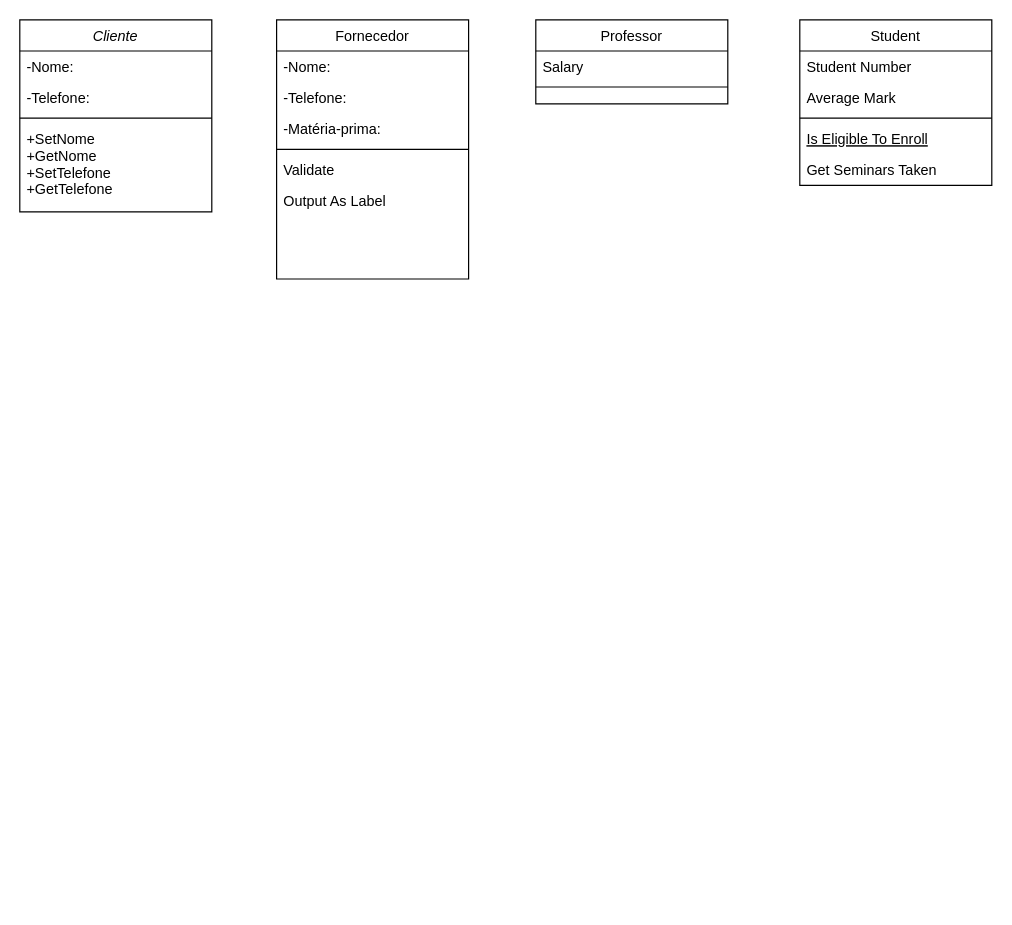
This is classes.drawio from mariavi00/AppEquipe, a draw.io file, before an edit. Source tidied: cells renumbered, new cells numbered last; positions are measured from the earlier drawing's top-left corner, leaving out a move shared by most shapes. Both pictures are drawn from the tidied source at 120%, with x=0, y=0 at pixel (19, 19).
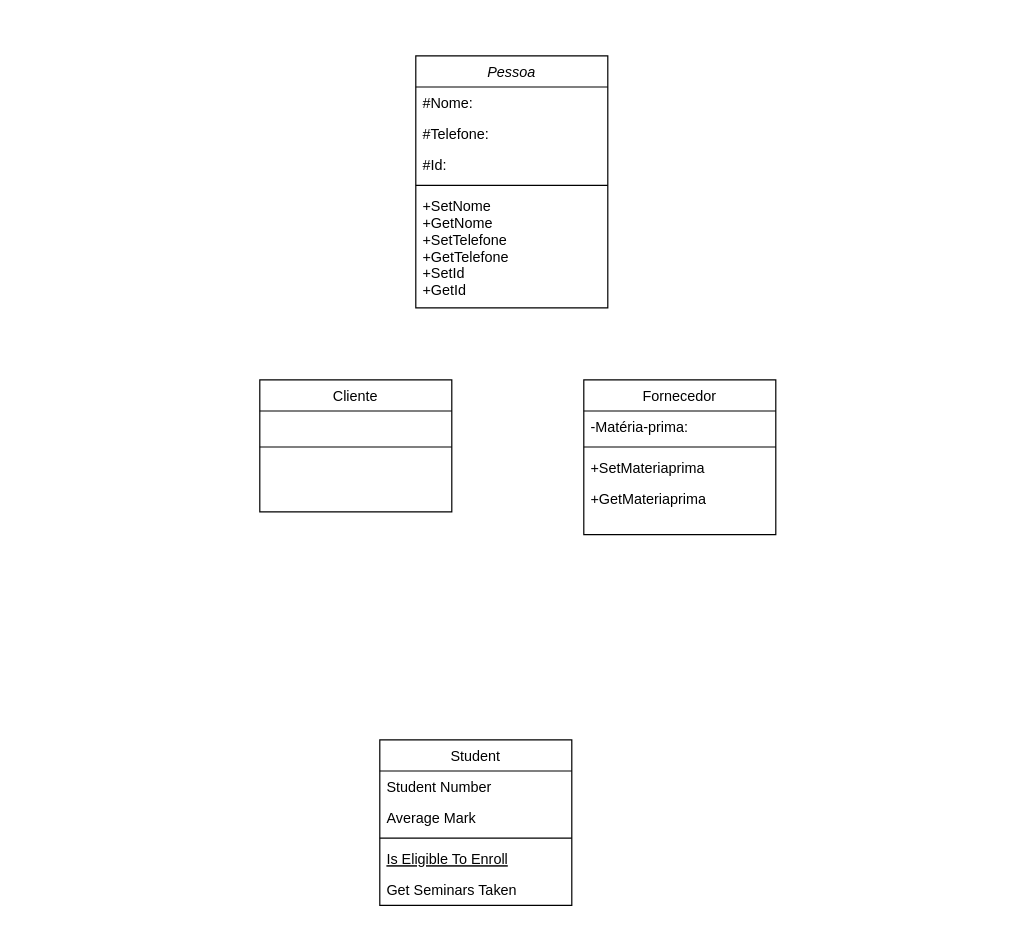
The same diagram, later.

The edit, as a diff of the source:
```diff
@@
-    <mxCell id="2" value="Cliente" style="swimlane;fontStyle=2;align=center;verticalAlign=top;horizontal=1;startSize=26;rounded=0;shadow=0;strokeWidth=1;" parent="1" vertex="1">
-      <mxGeometry width="160" height="160" as="geometry" />
+    <mxCell id="2" value="Pessoa" style="swimlane;fontStyle=2;align=center;verticalAlign=top;horizontal=1;startSize=26;rounded=0;shadow=0;strokeWidth=1;" parent="1" vertex="1">
+      <mxGeometry x="330" y="30" width="160" height="210" as="geometry" />
     </mxCell>
-    <mxCell id="3" value="-Nome:" style="text;align=left;verticalAlign=top;spacingLeft=4;spacingRight=4;overflow=hidden;" parent="2" vertex="1">
+    <mxCell id="3" value="#Nome:" style="text;align=left;verticalAlign=top;spacingLeft=4;spacingRight=4;overflow=hidden;" parent="2" vertex="1">
       <mxGeometry y="26" width="160" height="26" as="geometry" />
     </mxCell>
-    <mxCell id="4" value="-Telefone:" style="text;align=left;verticalAlign=top;spacingLeft=4;spacingRight=4;overflow=hidden;rounded=0;shadow=0;html=0;" parent="2" vertex="1">
+    <mxCell id="4" value="#Telefone:" style="text;align=left;verticalAlign=top;spacingLeft=4;spacingRight=4;overflow=hidden;rounded=0;shadow=0;html=0;" parent="2" vertex="1">
       <mxGeometry y="52" width="160" height="26" as="geometry" />
     </mxCell>
+    <mxCell id="23" value="#Id:" style="text;align=left;verticalAlign=top;spacingLeft=4;spacingRight=4;overflow=hidden;" parent="2" vertex="1">
+      <mxGeometry y="78" width="160" height="26" as="geometry" />
+    </mxCell>
     <mxCell id="5" style="line;html=1;strokeWidth=1;align=left;verticalAlign=middle;spacingTop=-1;spacingLeft=3;spacingRight=3;labelPosition=right;" parent="2" vertex="1">
-      <mxGeometry y="78" width="160" height="8" as="geometry" />
+      <mxGeometry y="104" width="160" height="8" as="geometry" />
     </mxCell>
-    <mxCell id="6" value="+SetNome&#10;+GetNome &#10;+SetTelefone&#10;+GetTelefone" style="text;align=left;verticalAlign=top;spacingLeft=4;spacingRight=4;overflow=hidden;" parent="2" vertex="1">
-      <mxGeometry y="86" width="160" height="74" as="geometry" />
+    <mxCell id="6" value="+SetNome&#10;+GetNome &#10;+SetTelefone&#10;+GetTelefone&#10;+SetId&#10;+GetId" style="text;align=left;verticalAlign=top;spacingLeft=4;spacingRight=4;overflow=hidden;" parent="2" vertex="1">
+      <mxGeometry y="112" width="160" height="98" as="geometry" />
     </mxCell>
     <mxCell id="7" value="Student" style="swimlane;fontStyle=0;align=center;verticalAlign=top;horizontal=1;startSize=26;rounded=0;shadow=0;strokeWidth=1;" parent="1" vertex="1">
-      <mxGeometry x="650" width="160" height="138" as="geometry" />
+      <mxGeometry x="300" y="600" width="160" height="138" as="geometry" />
     </mxCell>
@@
-    <mxCell id="13" value="Professor" style="swimlane;fontStyle=0;align=center;verticalAlign=top;horizontal=1;startSize=26;rounded=0;shadow=0;strokeWidth=1;" parent="1" vertex="1">
-      <mxGeometry x="430" width="160" height="70" as="geometry" />
-    </mxCell>
-    <mxCell id="14" value="Salary" style="text;align=left;verticalAlign=top;spacingLeft=4;spacingRight=4;overflow=hidden;" parent="13" vertex="1">
-      <mxGeometry y="26" width="160" height="26" as="geometry" />
-    </mxCell>
-    <mxCell id="15" style="line;html=1;strokeWidth=1;align=left;verticalAlign=middle;spacingTop=-1;spacingLeft=3;spacingRight=3;labelPosition=right;" parent="13" vertex="1">
-      <mxGeometry y="52" width="160" height="8" as="geometry" />
-    </mxCell>
     <mxCell id="16" value="Fornecedor" style="swimlane;fontStyle=0;align=center;verticalAlign=top;horizontal=1;startSize=26;rounded=0;shadow=0;strokeWidth=1;" parent="1" vertex="1">
-      <mxGeometry x="214" width="160" height="216" as="geometry" />
+      <mxGeometry x="470" y="300" width="160" height="129" as="geometry" />
     </mxCell>
-    <mxCell id="17" value="-Nome:" style="text;align=left;verticalAlign=top;spacingLeft=4;spacingRight=4;overflow=hidden;" parent="16" vertex="1">
-      <mxGeometry y="26" width="160" height="26" as="geometry" />
-    </mxCell>
-    <mxCell id="18" value="-Telefone:" style="text;align=left;verticalAlign=top;spacingLeft=4;spacingRight=4;overflow=hidden;rounded=0;shadow=0;html=0;" parent="16" vertex="1">
-      <mxGeometry y="52" width="160" height="26" as="geometry" />
+    <mxCell id="18" value="-Matéria-prima:" style="text;align=left;verticalAlign=top;spacingLeft=4;spacingRight=4;overflow=hidden;rounded=0;shadow=0;html=0;" parent="16" vertex="1">
+      <mxGeometry y="26" width="160" height="26" as="geometry" />
     </mxCell>
-    <mxCell id="19" value="-Matéria-prima:" style="text;align=left;verticalAlign=top;spacingLeft=4;spacingRight=4;overflow=hidden;rounded=0;shadow=0;html=0;" parent="16" vertex="1">
-      <mxGeometry y="78" width="160" height="26" as="geometry" />
-    </mxCell>
     <mxCell id="20" style="line;html=1;strokeWidth=1;align=left;verticalAlign=middle;spacingTop=-1;spacingLeft=3;spacingRight=3;labelPosition=right;" parent="16" vertex="1">
-      <mxGeometry y="104" width="160" height="8" as="geometry" />
+      <mxGeometry y="52" width="160" height="8" as="geometry" />
     </mxCell>
-    <mxCell id="21" value="Validate" style="text;align=left;verticalAlign=top;spacingLeft=4;spacingRight=4;overflow=hidden;" parent="16" vertex="1">
-      <mxGeometry y="112" width="160" height="26" as="geometry" />
+    <mxCell id="21" value="+SetMateriaprima" style="text;align=left;verticalAlign=top;spacingLeft=4;spacingRight=4;overflow=hidden;" parent="16" vertex="1">
+      <mxGeometry y="60" width="160" height="26" as="geometry" />
     </mxCell>
-    <mxCell id="22" value="Output As Label" style="text;align=left;verticalAlign=top;spacingLeft=4;spacingRight=4;overflow=hidden;" parent="16" vertex="1">
-      <mxGeometry y="138" width="160" height="26" as="geometry" />
+    <mxCell id="22" value="+GetMateriaprima" style="text;align=left;verticalAlign=top;spacingLeft=4;spacingRight=4;overflow=hidden;" parent="16" vertex="1">
+      <mxGeometry y="86" width="160" height="26" as="geometry" />
     </mxCell>
+    <mxCell id="24" value="Cliente" style="swimlane;fontStyle=0;align=center;verticalAlign=top;horizontal=1;startSize=26;rounded=0;shadow=0;strokeWidth=1;" parent="1" vertex="1">
+      <mxGeometry x="200" y="300" width="160" height="110" as="geometry" />
+    </mxCell>
+    <mxCell id="25" value="   " style="text;align=left;verticalAlign=top;spacingLeft=4;spacingRight=4;overflow=hidden;rounded=0;shadow=0;html=0;" parent="24" vertex="1">
+      <mxGeometry y="26" width="160" height="26" as="geometry" />
+    </mxCell>
+    <mxCell id="15" style="line;html=1;strokeWidth=1;align=left;verticalAlign=middle;spacingTop=-1;spacingLeft=3;spacingRight=3;labelPosition=right;" parent="24" vertex="1">
+      <mxGeometry y="52" width="160" height="8" as="geometry" />
+    </mxCell>
+    <mxCell id="26" value="    " style="text;align=left;verticalAlign=top;spacingLeft=4;spacingRight=4;overflow=hidden;" parent="24" vertex="1">
+      <mxGeometry y="60" width="160" height="26" as="geometry" />
+    </mxCell>
```
